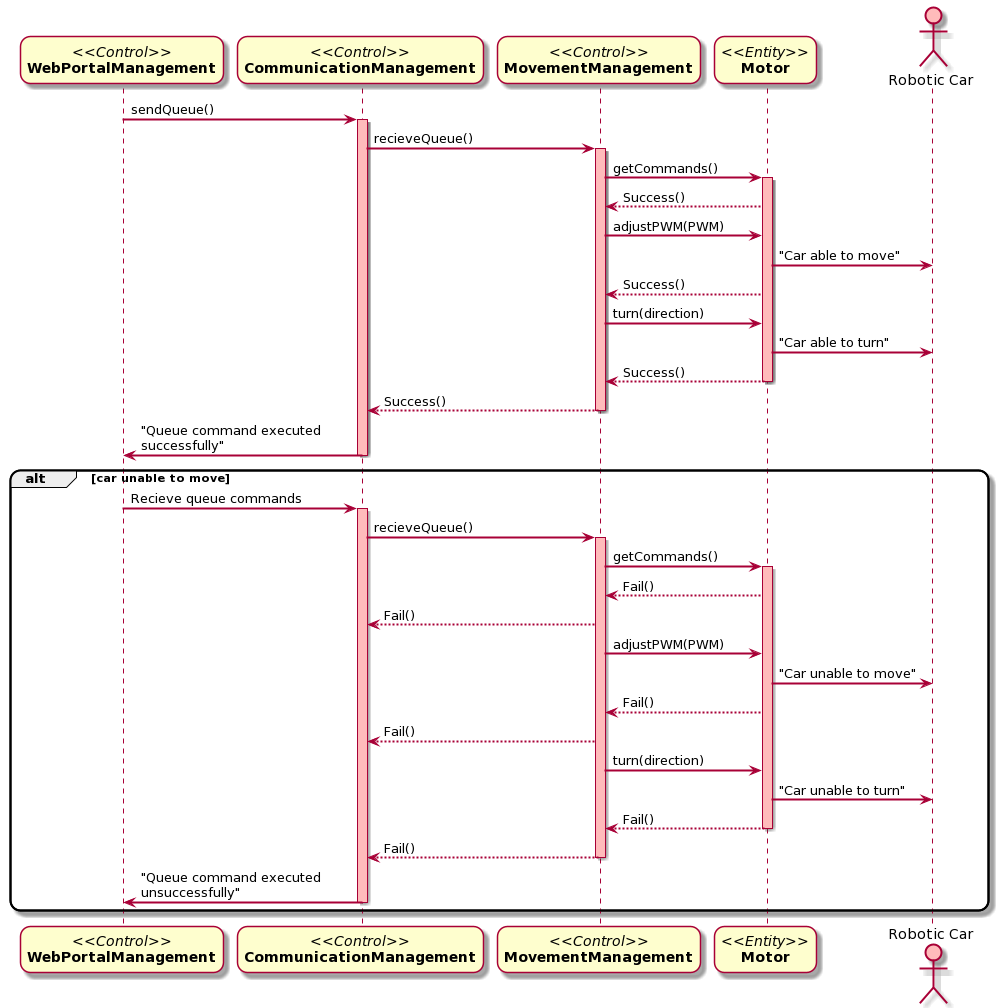
Earlier version of the PlantUML export Docs/Sequence Diagrams/Project Sequence-Diagram-UC5.png (DanielFYJ/2101-2201-Project).
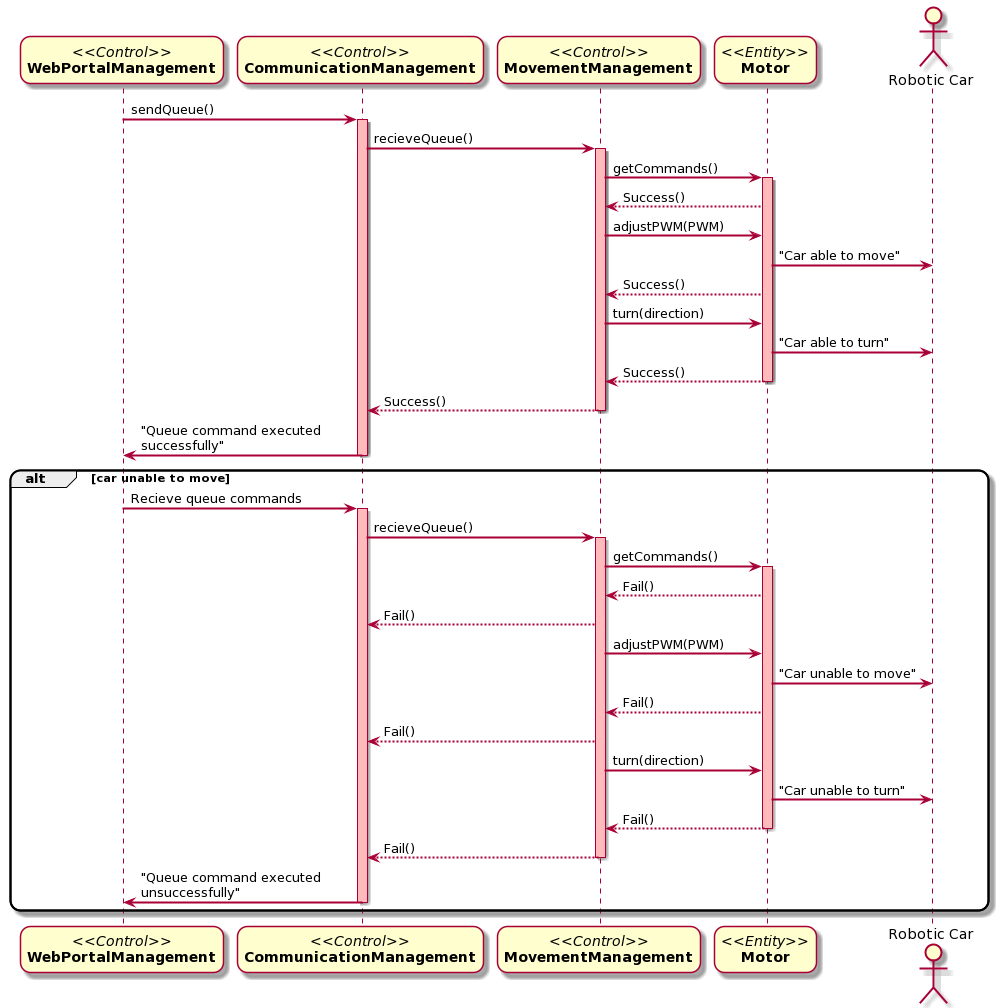
Later version of the same file.

Commit message:
Update State, Class, Component and Sequence

Change to the diagram source:
```diff
@@ -6,7 +6,7 @@
 participant "//<<Control>>//\n**CommunicationManagement**" as RoboticCarManagement
 participant "//<<Control>>//\n**MovementManagement**" as B
 participant "//<<Entity>>//\n**Motor**" as C
-actor "Robotic Car" as RC #FFBBBB
+actor "Robotic Car" as RC
 
 WebPortal -> RoboticCarManagement: sendQueue()
 activate RoboticCarManagement #FFBBBB
```
